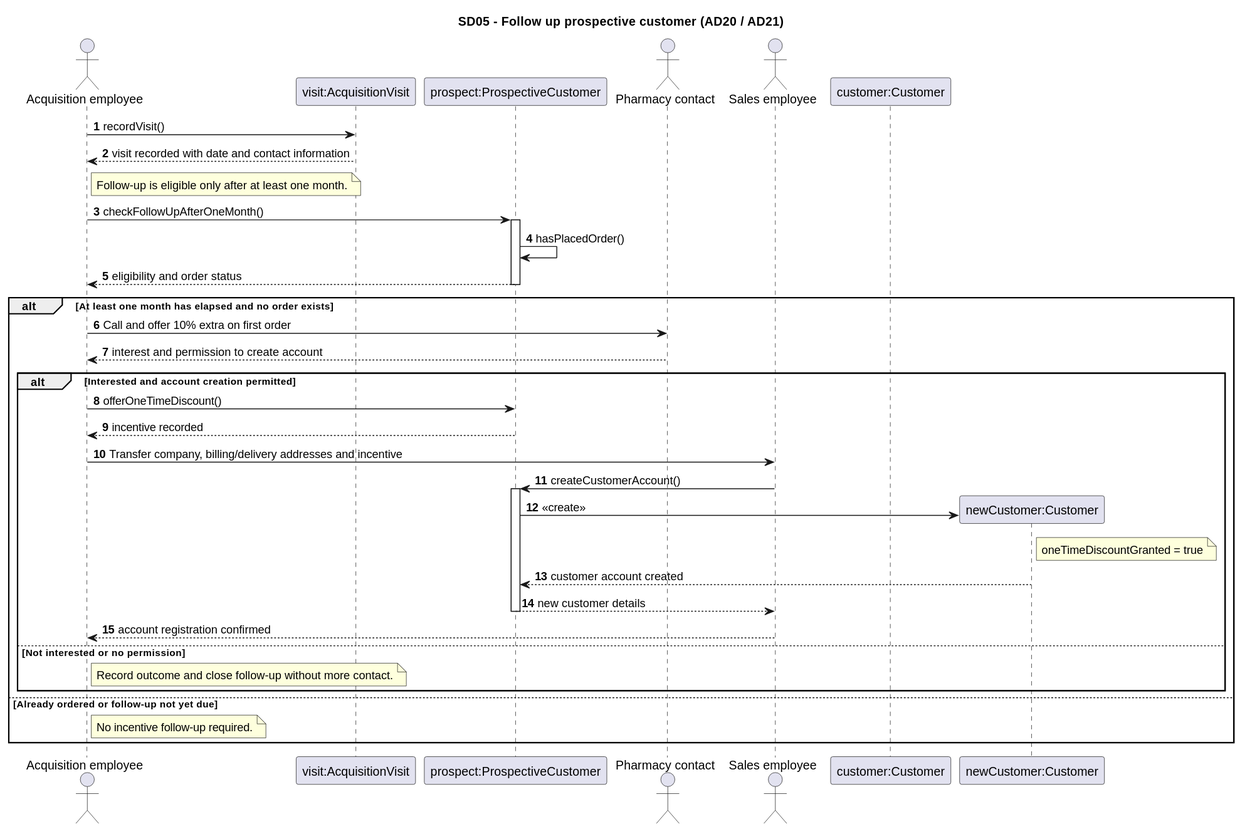
Above: Documentation/Architecture/uml/export/sequence_diagrams/SD05_PotentieleKlantGeenBestelling.svg in ViktorQorri/Project-Timaflu (PlantUML), before the change. Source of this version:
```plantuml
@startuml
title SD05 - Follow up prospective customer (AD20 / AD21)
autonumber
actor "Acquisition employee" as Acquisition
participant "visit:AcquisitionVisit" as Visit
participant "prospect:ProspectiveCustomer" as Prospect
actor "Pharmacy contact" as Pharmacy
actor "Sales employee" as Sales
participant "customer:Customer" as Customer
Acquisition -> Visit: recordVisit()
Visit --> Acquisition: visit recorded with date and contact information
note right of Acquisition: Follow-up is eligible only after at least one month.
Acquisition -> Prospect: checkFollowUpAfterOneMonth()
activate Prospect
Prospect -> Prospect: hasPlacedOrder()
Prospect --> Acquisition: eligibility and order status
deactivate Prospect
alt At least one month has elapsed and no order exists
  Acquisition -> Pharmacy: Call and offer 10% extra on first order
  Pharmacy --> Acquisition: interest and permission to create account
  alt Interested and account creation permitted
    Acquisition -> Prospect: offerOneTimeDiscount()
    Prospect --> Acquisition: incentive recorded
    Acquisition -> Sales: Transfer company, billing/delivery addresses and incentive
    Sales -> Prospect: createCustomerAccount()
    activate Prospect
    create participant "newCustomer:Customer" as NewCustomer
    Prospect -> NewCustomer: <<create>>
    note right of NewCustomer: oneTimeDiscountGranted = true
    NewCustomer --> Prospect: customer account created
    Prospect --> Sales: new customer details
    deactivate Prospect
    Sales --> Acquisition: account registration confirmed
  else Not interested or no permission
    note right of Acquisition: Record outcome and close follow-up without more contact.
  end
else Already ordered or follow-up not yet due
  note right of Acquisition: No incentive follow-up required.
end
@enduml
```
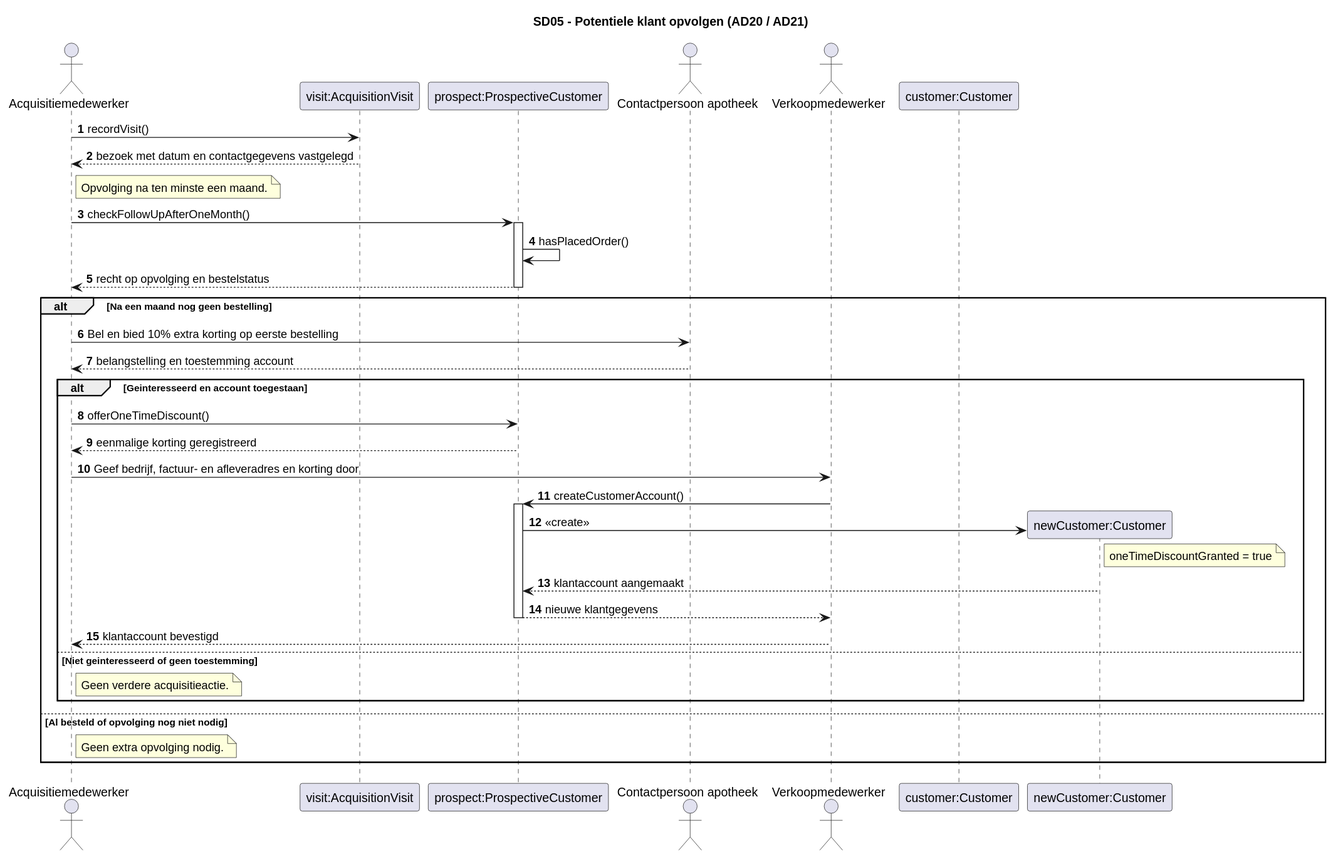
After the commit.

The edit, as a diff of the source:
```diff
@@ -1,40 +1,40 @@
 @startuml
-title SD05 - Follow up prospective customer (AD20 / AD21)
+title SD05 - Potentiele klant opvolgen (AD20 / AD21)
 autonumber
-actor "Acquisition employee" as Acquisition
+actor "Acquisitiemedewerker" as Acquisition
 participant "visit:AcquisitionVisit" as Visit
 participant "prospect:ProspectiveCustomer" as Prospect
-actor "Pharmacy contact" as Pharmacy
-actor "Sales employee" as Sales
+actor "Contactpersoon apotheek" as Pharmacy
+actor "Verkoopmedewerker" as Sales
 participant "customer:Customer" as Customer
 Acquisition -> Visit: recordVisit()
-Visit --> Acquisition: visit recorded with date and contact information
-note right of Acquisition: Follow-up is eligible only after at least one month.
+Visit --> Acquisition: bezoek met datum en contactgegevens vastgelegd
+note right of Acquisition: Opvolging na ten minste een maand.
 Acquisition -> Prospect: checkFollowUpAfterOneMonth()
 activate Prospect
 Prospect -> Prospect: hasPlacedOrder()
-Prospect --> Acquisition: eligibility and order status
+Prospect --> Acquisition: recht op opvolging en bestelstatus
 deactivate Prospect
-alt At least one month has elapsed and no order exists
-  Acquisition -> Pharmacy: Call and offer 10% extra on first order
-  Pharmacy --> Acquisition: interest and permission to create account
-  alt Interested and account creation permitted
+alt Na een maand nog geen bestelling
+  Acquisition -> Pharmacy: Bel en bied 10% extra korting op eerste bestelling
+  Pharmacy --> Acquisition: belangstelling en toestemming account
+  alt Geinteresseerd en account toegestaan
     Acquisition -> Prospect: offerOneTimeDiscount()
-    Prospect --> Acquisition: incentive recorded
-    Acquisition -> Sales: Transfer company, billing/delivery addresses and incentive
+    Prospect --> Acquisition: eenmalige korting geregistreerd
+    Acquisition -> Sales: Geef bedrijf, factuur- en afleveradres en korting door
     Sales -> Prospect: createCustomerAccount()
     activate Prospect
     create participant "newCustomer:Customer" as NewCustomer
     Prospect -> NewCustomer: <<create>>
     note right of NewCustomer: oneTimeDiscountGranted = true
-    NewCustomer --> Prospect: customer account created
-    Prospect --> Sales: new customer details
+    NewCustomer --> Prospect: klantaccount aangemaakt
+    Prospect --> Sales: nieuwe klantgegevens
     deactivate Prospect
-    Sales --> Acquisition: account registration confirmed
-  else Not interested or no permission
-    note right of Acquisition: Record outcome and close follow-up without more contact.
+    Sales --> Acquisition: klantaccount bevestigd
+  else Niet geinteresseerd of geen toestemming
+    note right of Acquisition: Geen verdere acquisitieactie.
   end
-else Already ordered or follow-up not yet due
-  note right of Acquisition: No incentive follow-up required.
+else Al besteld of opvolging nog niet nodig
+  note right of Acquisition: Geen extra opvolging nodig.
 end
 @enduml
```
